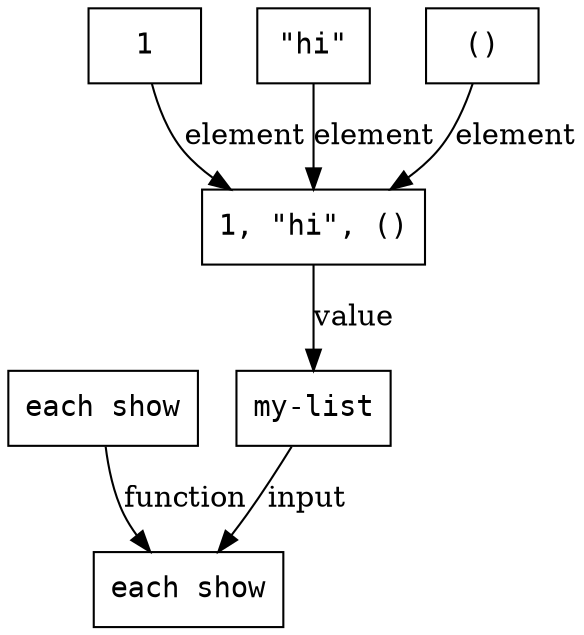
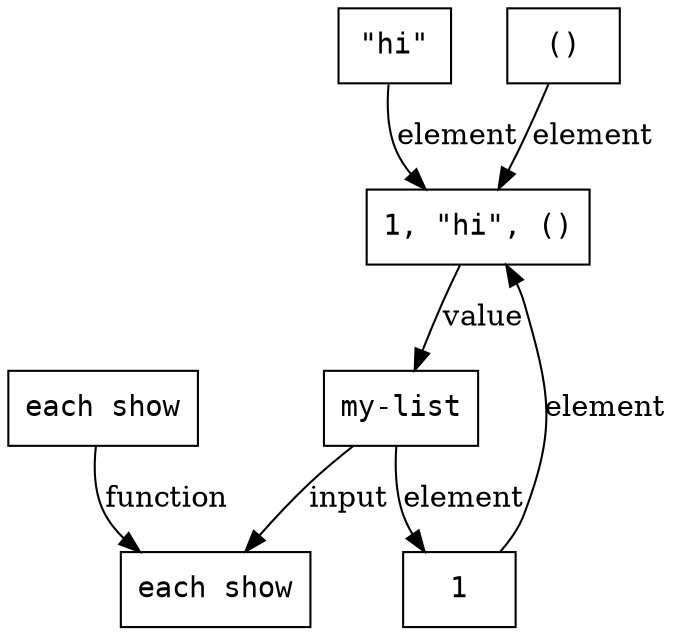
digraph G {
  node [shape=box, fontname=monospace]
  node_2_4 [label="1, \"hi\", ()"]
  node_2_6 [label="1"]
  node_2_7 [label="\"hi\""]
  node_2_8 [label="()"]
  node_2_26 [label="my-list"]
  node_2_28 [label="each show"]
  node_2_30 [label="each show"]
  node_2_4 -> node_2_26 [label="value"]
  node_2_6 -> node_2_4 [label="element"]
  node_2_7 -> node_2_4 [label="element"]
  node_2_8 -> node_2_4 [label="element"]
+   node_2_26 -> node_2_6 [label="element"]
  node_2_26 -> node_2_28 [label="input"]
  node_2_30 -> node_2_28 [label="function"]
}
